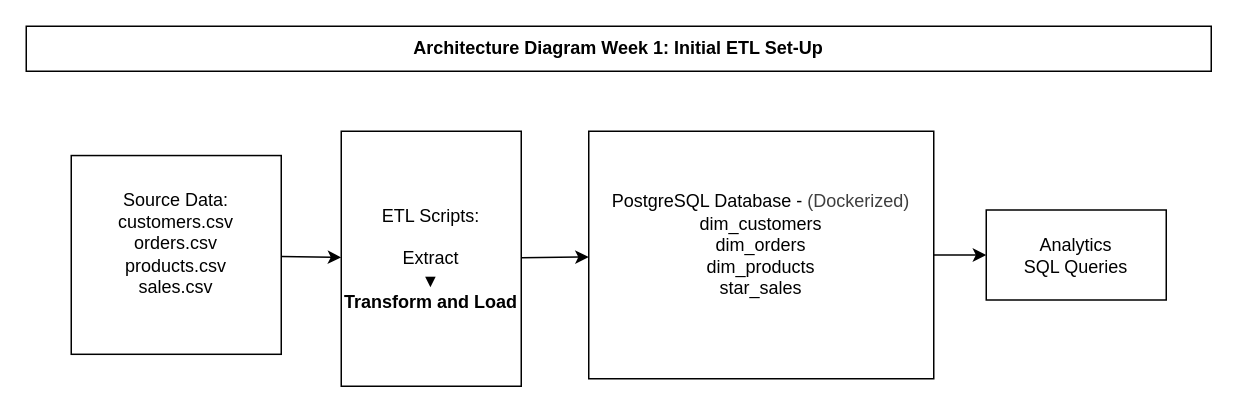
The draw.io diagram Project_1/models/P1_Architecture.drawio in rjayaragon/git-datacrunch, before the edit. Source tidied: cells renumbered, new cells numbered last; positions are measured from the earlier drawing's top-left corner, leaving out a move shared by most shapes. Both pictures are drawn from the tidied source at 150%, with x=0, y=0 at pixel (26, 26).
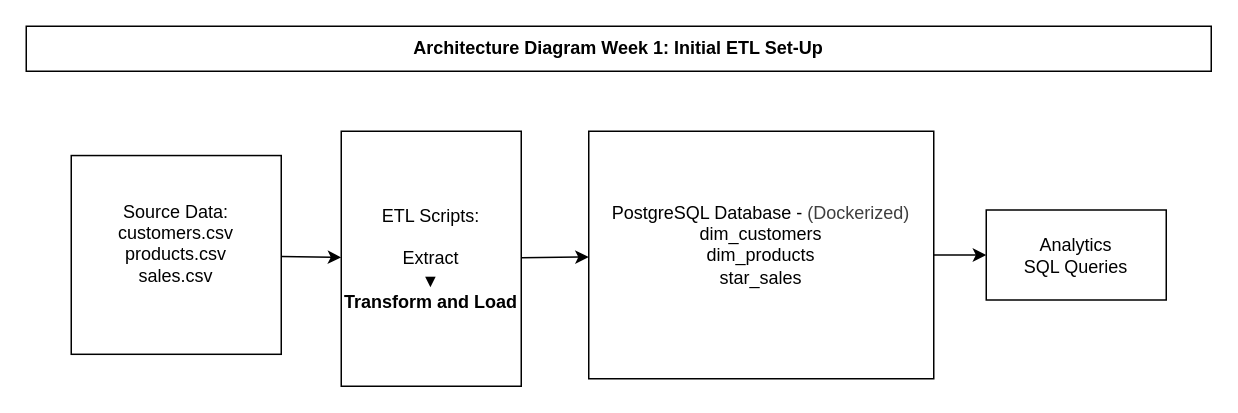
The same diagram, later.

Commit message:
Modified P1_Arch (dropped orders.csv)

Diff of the diagram source:
```diff
@@
 <mxGraphModel>
   <root>
     <mxCell id="0" />
     <mxCell id="1" parent="0" />
     <mxCell id="2" value="&lt;div&gt;&lt;font color=&quot;#000000&quot;&gt;Architecture Diagram Week 1: Initial ETL Set-Up&lt;/font&gt;&lt;/div&gt;" style="rounded=0;whiteSpace=wrap;html=1;align=center;fontStyle=1;" parent="1" vertex="1">
       <mxGeometry width="790" height="30" as="geometry" />
     </mxCell>
     <mxCell id="3" style="edgeStyle=none;html=1;" parent="1" edge="1" source="4" target="6">
       <mxGeometry relative="1" as="geometry" />
     </mxCell>
-    <mxCell id="4" value="Source Data:&lt;div&gt;customers.csv&lt;/div&gt;&lt;div&gt;orders.csv&lt;/div&gt;&lt;div&gt;products.csv&lt;/div&gt;&lt;div&gt;sales.csv&lt;/div&gt;&lt;div&gt;&lt;br&gt;&lt;/div&gt;" style="rounded=0;whiteSpace=wrap;html=1;" parent="1" vertex="1">
+    <mxCell id="4" value="Source Data:&lt;div&gt;customers.csv&lt;/div&gt;&lt;div&gt;products.csv&lt;/div&gt;&lt;div&gt;sales.csv&lt;/div&gt;&lt;div&gt;&lt;br&gt;&lt;/div&gt;" style="rounded=0;whiteSpace=wrap;html=1;" parent="1" vertex="1">
       <mxGeometry x="30" y="86.2" width="140" height="132.5" as="geometry" />
     </mxCell>
     <mxCell id="5" style="edgeStyle=none;html=1;" parent="1" edge="1" source="6" target="8">
       <mxGeometry relative="1" as="geometry" />
     </mxCell>
     <mxCell id="6" value="ETL Scripts:&lt;div&gt;&lt;font color=&quot;#000000&quot;&gt;&lt;br&gt;&lt;/font&gt;Extract&lt;div&gt;&lt;font&gt;▼&lt;br&gt;&lt;/font&gt;&lt;b&gt;Transform and&amp;nbsp;&lt;/b&gt;&lt;b style=&quot;background-color: transparent;&quot;&gt;Load&lt;/b&gt;&lt;/div&gt;&lt;/div&gt;" style="whiteSpace=wrap;html=1;rounded=0;" parent="1" vertex="1">
       <mxGeometry x="210" y="70" width="120" height="170" as="geometry" />
     </mxCell>
     <mxCell id="7" style="edgeStyle=none;html=1;" parent="1" edge="1" source="8" target="9">
       <mxGeometry relative="1" as="geometry" />
     </mxCell>
-    <mxCell id="8" value="&lt;div&gt;&lt;font color=&quot;#000000&quot;&gt;PostgreSQL Database -&amp;nbsp;&lt;/font&gt;&lt;span style=&quot;color: rgb(63, 63, 63); background-color: transparent;&quot;&gt;(Dockerized)&lt;/span&gt;&lt;/div&gt;&lt;div&gt;dim_customers&lt;/div&gt;&lt;div&gt;dim_orders&lt;/div&gt;&lt;div&gt;dim_products&lt;/div&gt;&lt;div&gt;star_sales&lt;br&gt;&lt;br&gt;&lt;/div&gt;" style="whiteSpace=wrap;html=1;rounded=0;" parent="1" vertex="1">
+    <mxCell id="8" value="&lt;div&gt;&lt;font color=&quot;#000000&quot;&gt;PostgreSQL Database -&amp;nbsp;&lt;/font&gt;&lt;span style=&quot;color: rgb(63, 63, 63); background-color: transparent;&quot;&gt;(Dockerized)&lt;/span&gt;&lt;/div&gt;&lt;div&gt;dim_customers&lt;/div&gt;&lt;div&gt;dim_products&lt;/div&gt;&lt;div&gt;star_sales&lt;br&gt;&lt;br&gt;&lt;/div&gt;" style="whiteSpace=wrap;html=1;rounded=0;" parent="1" vertex="1">
       <mxGeometry x="375" y="70" width="230" height="165" as="geometry" />
     </mxCell>
     <mxCell id="9" value="Analytics&lt;br&gt;SQL Queries" style="whiteSpace=wrap;html=1;rounded=0;" parent="1" vertex="1">
       <mxGeometry x="640" y="122.5" width="120" height="60" as="geometry" />
     </mxCell>
   </root>
 </mxGraphModel>
```
